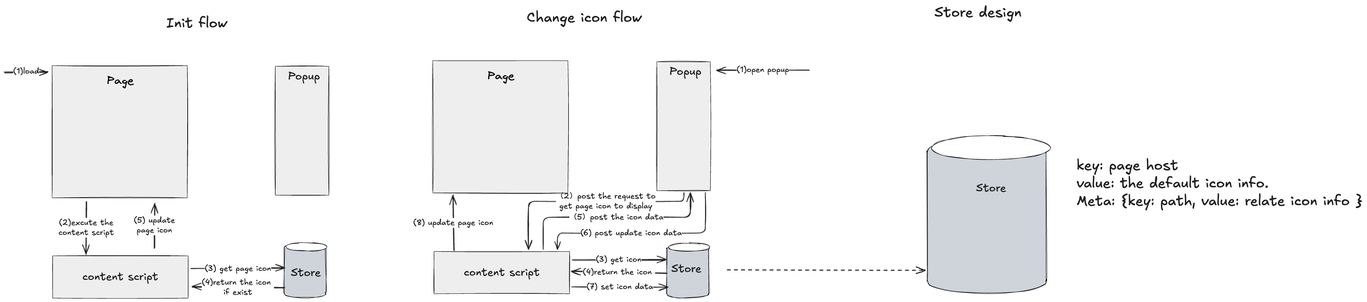
The Excalidraw diagram assets/flow.excalidraw.png in niexia/customize-tab-icon, before a commit. Source tidied: one line per element, renumbered; positions are measured from the earlier drawing's top-left corner, leaving out a move shared by most shapes. The source it was exported from:
```json
{"id": 0, "type": "line", "strokeColor": "#000000", "backgroundColor": "#ced4da", "fillStyle": "solid", "strokeWidth": 1, "roughness": 1, "round": true, "x": 707, "y": 617, "width": 106, "height": 136, "points": [[0, 0], [0, 103], [0, 115], [5, 120], [24, 124], [56, 125], [87, 123], [103, 118], [105, 114], [106, 104], [105, 9], [105, 0], [98, -5], [84, -8], [51, -11], [25, -9], [5, -4], [0, 0], [0, 0]]}
{"id": 1, "type": "ellipse", "strokeColor": "#000000", "backgroundColor": "#fff", "fillStyle": "solid", "strokeWidth": 1, "roughness": 1, "x": 711, "y": 604, "width": 105, "height": 21}
{"id": 2, "type": "rectangle", "strokeColor": "#000000", "backgroundColor": "#eeeeee", "fillStyle": "solid", "strokeWidth": 1, "roughness": 1, "x": 684, "y": 158, "width": 135, "height": 326}
{"id": 3, "type": "rectangle", "strokeColor": "#000000", "backgroundColor": "#eeeeee", "fillStyle": "solid", "strokeWidth": 1, "roughness": 1, "x": 121, "y": 156, "width": 341, "height": 335}
{"id": 4, "type": "text", "text": "Page", "strokeColor": "#000000", "backgroundColor": "#ced4da", "fillStyle": "solid", "strokeWidth": 1, "roughness": 1, "fontSize": 28, "fontFamily": 1, "textAlign": "center", "x": 260, "y": 176, "width": 67, "height": 38}
{"id": 5, "type": "rectangle", "strokeColor": "#000000", "backgroundColor": "#eeeeee", "fillStyle": "solid", "strokeWidth": 1, "roughness": 1, "x": 122, "y": 637, "width": 342, "height": 107}
{"id": 6, "type": "text", "text": "content script", "strokeColor": "#1e1e1e", "strokeWidth": 2, "roughness": 1, "fontSize": 27.34, "fontFamily": 5, "textAlign": "center", "verticalAlign": "middle", "inside": 5, "x": 197, "y": 674, "width": 192, "height": 34}
{"id": 7, "type": "arrow", "strokeColor": "#1e1e1e", "strokeWidth": 2, "roughness": 1, "endArrowhead": "arrow", "round": true, "to": 3, "x": 0, "y": 172, "width": 110, "height": 2, "points": [[0, 0], [110, -2]]}
{"id": 8, "type": "text", "text": "(1)load", "strokeColor": "#1e1e1e", "strokeWidth": 2, "roughness": 1, "fontSize": 20, "fontFamily": 5, "textAlign": "center", "verticalAlign": "middle", "inside": 7, "x": 23, "y": 158, "width": 66, "height": 25}
{"id": 9, "type": "arrow", "strokeColor": "#1e1e1e", "strokeWidth": 2, "roughness": 1, "endArrowhead": "arrow", "round": true, "from": 3, "to": 5, "x": 208, "y": 500, "width": 2, "height": 132, "points": [[0, 0], [-2, 132]]}
{"id": 10, "type": "text", "text": "(2)excute the\ncontent script", "strokeColor": "#1e1e1e", "strokeWidth": 2, "roughness": 1, "fontSize": 20, "fontFamily": 5, "textAlign": "center", "verticalAlign": "middle", "inside": 9, "x": 153, "y": 449, "width": 140, "height": 50}
{"id": 11, "type": "arrow", "strokeColor": "#1e1e1e", "angle": 3.18, "strokeWidth": 2, "roughness": 1, "endArrowhead": "arrow", "round": true, "from": 5, "to": 15, "x": 708, "y": 663, "width": 236, "height": 10, "points": [[0, 0], [-236, 10]]}
{"id": 12, "type": "text", "text": "(3) get page icon", "strokeColor": "#1e1e1e", "strokeWidth": 2, "roughness": 1, "fontSize": 20, "fontFamily": 5, "textAlign": "center", "verticalAlign": "middle", "inside": 11, "x": 479, "y": 706, "width": 167, "height": 25}
{"id": 13, "type": "arrow", "strokeColor": "#1e1e1e", "strokeWidth": 2, "roughness": 1, "endArrowhead": "arrow", "round": true, "to": 5, "x": 706, "y": 719, "width": 233, "height": 3, "points": [[0, 0], [-233, -3]]}
{"id": 14, "type": "text", "text": "(4)return the icon \nif exist", "strokeColor": "#1e1e1e", "strokeWidth": 2, "roughness": 1, "fontSize": 20, "fontFamily": 5, "textAlign": "center", "verticalAlign": "middle", "inside": 13, "x": 494, "y": 646, "width": 183, "height": 50}
{"id": 15, "type": "text", "text": "Store", "strokeColor": "#1e1e1e", "strokeWidth": 2, "roughness": 1, "fontSize": 28, "fontFamily": 5, "x": 724, "y": 664, "width": 76, "height": 35}
{"id": 16, "type": "text", "text": "Popup", "strokeColor": "#1e1e1e", "strokeWidth": 2, "roughness": 1, "fontSize": 28, "fontFamily": 5, "x": 716, "y": 166, "width": 81, "height": 35}
{"id": 17, "type": "arrow", "strokeColor": "#1e1e1e", "strokeWidth": 2, "roughness": 1, "endArrowhead": "arrow", "round": true, "from": 5, "to": 3, "x": 379, "y": 617, "width": 0, "height": 114, "points": [[0, 0], [0, -114]]}
{"id": 18, "type": "text", "text": "(5) update\npage icon", "strokeColor": "#1e1e1e", "strokeWidth": 2, "roughness": 1, "fontSize": 20, "fontFamily": 5, "textAlign": "center", "verticalAlign": "middle", "inside": 17, "x": 329, "y": 536, "width": 104, "height": 50}
{"id": 19, "type": "text", "text": "Init flow", "strokeColor": "#1e1e1e", "strokeWidth": 2, "roughness": 1, "fontSize": 36, "fontFamily": 5, "x": 409, "y": 28, "width": 154, "height": 45}
{"id": 20, "type": "line", "strokeColor": "#000000", "backgroundColor": "#ced4da", "fillStyle": "solid", "strokeWidth": 1, "roughness": 1, "round": true, "x": 1673, "y": 619, "width": 106, "height": 136, "points": [[0, 0], [0, 103], [0, 115], [5, 120], [24, 124], [56, 125], [87, 123], [103, 118], [105, 114], [106, 104], [105, 9], [105, 0], [98, -5], [84, -8], [51, -11], [25, -9], [5, -4], [0, 0], [0, 0]]}
{"id": 21, "type": "ellipse", "strokeColor": "#000000", "backgroundColor": "#fff", "fillStyle": "solid", "strokeWidth": 1, "roughness": 1, "x": 1677, "y": 605, "width": 105, "height": 21}
{"id": 22, "type": "rectangle", "strokeColor": "#000000", "backgroundColor": "#eeeeee", "fillStyle": "solid", "strokeWidth": 1, "roughness": 1, "x": 1648, "y": 146, "width": 135, "height": 326}
{"id": 23, "type": "text", "text": "Popup", "strokeColor": "#1e1e1e", "strokeWidth": 2, "roughness": 1, "fontSize": 28, "fontFamily": 5, "x": 1680, "y": 155, "width": 81, "height": 35}
{"id": 24, "type": "rectangle", "strokeColor": "#000000", "backgroundColor": "#eeeeee", "fillStyle": "solid", "strokeWidth": 1, "roughness": 1, "x": 1082, "y": 144, "width": 341, "height": 335}
{"id": 25, "type": "text", "text": "Page", "strokeColor": "#000000", "backgroundColor": "#ced4da", "fillStyle": "solid", "strokeWidth": 1, "roughness": 1, "fontSize": 28, "fontFamily": 1, "textAlign": "center", "x": 1221, "y": 164, "width": 67, "height": 38}
{"id": 26, "type": "rectangle", "strokeColor": "#000000", "backgroundColor": "#eeeeee", "fillStyle": "solid", "strokeWidth": 1, "roughness": 1, "x": 1085, "y": 626, "width": 342, "height": 107}
{"id": 27, "type": "text", "text": "content script", "strokeColor": "#1e1e1e", "strokeWidth": 2, "roughness": 1, "fontSize": 27.34, "fontFamily": 5, "textAlign": "center", "verticalAlign": "middle", "inside": 26, "x": 1161, "y": 663, "width": 192, "height": 34}
{"id": 28, "type": "arrow", "strokeColor": "#1e1e1e", "strokeWidth": 2, "roughness": 1, "endArrowhead": "arrow", "round": true, "from": 26, "to": 32, "x": 1434, "y": 647, "width": 235, "height": 1, "points": [[0, 0], [235, 1]]}
{"id": 29, "type": "text", "text": "(3) get icon", "strokeColor": "#1e1e1e", "strokeWidth": 2, "roughness": 1, "fontSize": 20, "fontFamily": 5, "textAlign": "center", "verticalAlign": "middle", "inside": 28, "x": 1495, "y": 628, "width": 115, "height": 25}
{"id": 30, "type": "arrow", "strokeColor": "#1e1e1e", "strokeWidth": 2, "roughness": 1, "endArrowhead": "arrow", "round": true, "from": 32, "to": 26, "x": 1673, "y": 682, "width": 241, "height": 7, "points": [[0, 0], [-241, -7]]}
{"id": 31, "type": "text", "text": "(4)return the icon ", "strokeColor": "#1e1e1e", "strokeWidth": 2, "roughness": 1, "fontSize": 20, "fontFamily": 5, "textAlign": "center", "verticalAlign": "middle", "inside": 30, "x": 1461, "y": 667, "width": 183, "height": 25}
{"id": 32, "type": "text", "text": "Store", "strokeColor": "#1e1e1e", "strokeWidth": 2, "roughness": 1, "fontSize": 28, "fontFamily": 5, "x": 1685, "y": 654, "width": 76, "height": 35}
{"id": 33, "type": "arrow", "strokeColor": "#1e1e1e", "strokeWidth": 2, "roughness": 1, "endArrowhead": "arrow", "round": true, "from": 26, "to": 24, "x": 1135, "y": 625, "width": 2, "height": 142, "points": [[0, 0], [-2, -142]]}
{"id": 34, "type": "text", "text": "(8) update page icon", "strokeColor": "#1e1e1e", "strokeWidth": 2, "roughness": 1, "fontSize": 20, "fontFamily": 5, "textAlign": "center", "verticalAlign": "middle", "inside": 33, "x": 1033, "y": 542, "width": 202, "height": 25}
{"id": 35, "type": "text", "text": "Change icon flow", "strokeColor": "#1e1e1e", "strokeWidth": 2, "roughness": 1, "fontSize": 36, "fontFamily": 5, "x": 1320, "y": 14, "width": 291, "height": 45}
{"id": 36, "type": "arrow", "strokeColor": "#1e1e1e", "strokeWidth": 2, "roughness": 1, "endArrowhead": "arrow", "round": true, "to": 22, "x": 2033, "y": 167, "width": 233, "height": 0, "points": [[0, 0], [-233, 0]]}
{"id": 37, "type": "text", "text": "(1)open popup", "strokeColor": "#1e1e1e", "strokeWidth": 2, "roughness": 1, "fontSize": 20, "fontFamily": 5, "textAlign": "center", "verticalAlign": "middle", "inside": 36, "x": 1850, "y": 154, "width": 133, "height": 25}
{"id": 38, "type": "arrow", "strokeColor": "#1e1e1e", "strokeWidth": 2, "roughness": 1, "endArrowhead": "arrow", "from": 22, "to": 26, "x": 1715, "y": 477, "width": 393, "height": 144, "points": [[0, 0], [0, 22], [-393, 22], [-393, 144]]}
{"id": 39, "type": "text", "text": "（2）post the request to\nget page icon to display", "strokeColor": "#1e1e1e", "strokeWidth": 2, "roughness": 1, "fontSize": 20, "fontFamily": 5, "textAlign": "center", "verticalAlign": "middle", "inside": 38, "x": 1393, "y": 474, "width": 252, "height": 50}
{"id": 40, "type": "arrow", "strokeColor": "#1e1e1e", "strokeWidth": 2, "roughness": 1, "endArrowhead": "arrow", "from": 26, "to": 22, "x": 1360, "y": 621, "width": 372, "height": 144, "points": [[0, 0], [0, -81], [372, -81], [372, -144]]}
{"id": 41, "type": "text", "text": "（5）post the icon data", "strokeColor": "#1e1e1e", "strokeWidth": 2, "roughness": 1, "fontSize": 20, "fontFamily": 5, "textAlign": "center", "verticalAlign": "middle", "inside": 40, "x": 1427, "y": 527, "width": 238, "height": 25}
{"id": 42, "type": "arrow", "strokeColor": "#1e1e1e", "strokeWidth": 2, "roughness": 1, "endArrowhead": "arrow", "from": 22, "to": 26, "x": 1770, "y": 477, "width": 374, "height": 144, "points": [[0, 0], [0, 102], [-374, 102], [-374, 144]]}
{"id": 43, "type": "text", "text": "(6) post update icon data", "strokeColor": "#1e1e1e", "strokeWidth": 2, "roughness": 1, "fontSize": 20, "fontFamily": 5, "textAlign": "center", "verticalAlign": "middle", "inside": 42, "x": 1455, "y": 567, "width": 256, "height": 25}
{"id": 44, "type": "arrow", "strokeColor": "#1e1e1e", "strokeWidth": 2, "roughness": 1, "endArrowhead": "arrow", "from": 26, "x": 1433, "y": 715, "width": 244, "height": 1, "points": [[0, 0], [244, 1]]}
{"id": 45, "type": "text", "text": "(7) set icon data", "strokeColor": "#1e1e1e", "strokeWidth": 2, "roughness": 1, "fontSize": 20, "fontFamily": 5, "textAlign": "center", "verticalAlign": "middle", "inside": 44, "x": 1471, "y": 703, "width": 168, "height": 25}
{"id": 46, "type": "text", "text": "Store design", "strokeColor": "#1e1e1e", "strokeWidth": 2, "roughness": 1, "fontSize": 36, "fontFamily": 5, "x": 2350, "y": 0, "width": 220, "height": 45}
{"id": 47, "type": "line", "strokeColor": "#000000", "backgroundColor": "#ced4da", "fillStyle": "solid", "strokeWidth": 1, "roughness": 1, "round": true, "x": 2331, "y": 373, "width": 302, "height": 390, "points": [[0, 0], [1, 295], [0, 328], [16, 343], [70, 355], [161, 359], [248, 353], [294, 338], [301, 326], [302, 299], [301, 25], [300, -1], [280, -16], [239, -24], [146, -31], [72, -27], [13, -13], [0, 0], [0, 0]]}
{"id": 48, "type": "ellipse", "strokeColor": "#000000", "backgroundColor": "#fff", "fillStyle": "solid", "strokeWidth": 1, "roughness": 1, "x": 2342, "y": 334, "width": 300, "height": 61}
{"id": 49, "type": "text", "text": "Store", "strokeColor": "#1e1e1e", "strokeWidth": 2, "roughness": 1, "fontSize": 28, "fontFamily": 5, "x": 2455, "y": 450, "width": 76, "height": 35}
{"id": 50, "type": "text", "text": "key: page host\nvalue: the default icon info.\nMeta: {key: path, value: relate icon info }", "strokeColor": "#1e1e1e", "strokeWidth": 2, "roughness": 1, "fontSize": 36, "fontFamily": 5, "x": 2709, "y": 387, "width": 724, "height": 135}
{"id": 51, "type": "arrow", "strokeColor": "#1e1e1e", "strokeWidth": 2, "strokeStyle": "dashed", "roughness": 1, "endArrowhead": "arrow", "x": 1826, "y": 673, "width": 501, "height": 1, "points": [[0, 0], [501, 1]]}
```
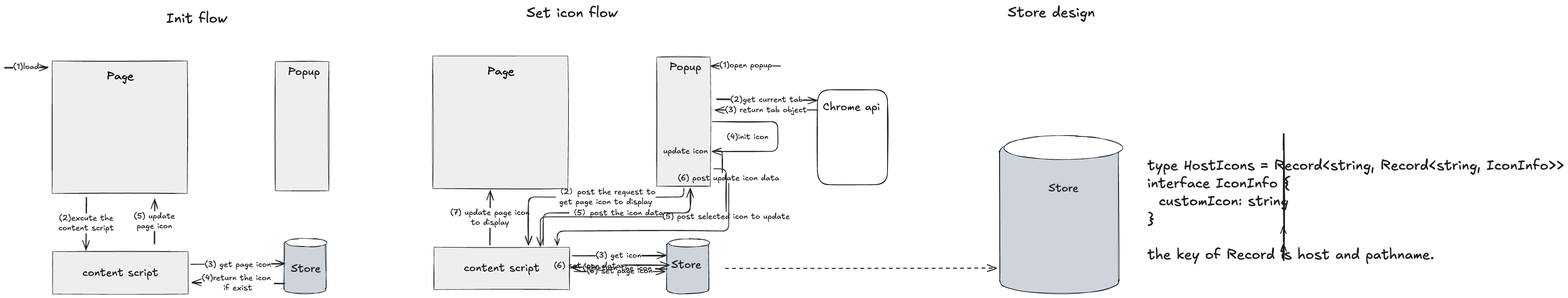
After the change.

Commit message:
refactor(icon-display): update alert message and adjust button size

Change to the diagram source:
```diff
@@ -26,27 +26,26 @@
 {"id": 25, "type": "text", "text": "Page", "strokeColor": "#000000", "backgroundColor": "#ced4da", "fillStyle": "solid", "strokeWidth": 1, "roughness": 1, "fontSize": 28, "fontFamily": 1, "textAlign": "center", "x": 1221, "y": 164, "width": 67, "height": 38}
 {"id": 26, "type": "rectangle", "strokeColor": "#000000", "backgroundColor": "#eeeeee", "fillStyle": "solid", "strokeWidth": 1, "roughness": 1, "x": 1085, "y": 626, "width": 342, "height": 107}
 {"id": 27, "type": "text", "text": "content script", "strokeColor": "#1e1e1e", "strokeWidth": 2, "roughness": 1, "fontSize": 27.34, "fontFamily": 5, "textAlign": "center", "verticalAlign": "middle", "inside": 26, "x": 1161, "y": 663, "width": 192, "height": 34}
-{"id": 28, "type": "arrow", "strokeColor": "#1e1e1e", "strokeWidth": 2, "roughness": 1, "endArrowhead": "arrow", "round": true, "from": 26, "to": 32, "x": 1434, "y": 647, "width": 235, "height": 1, "points": [[0, 0], [235, 1]]}
-{"id": 29, "type": "text", "text": "(3) get icon", "strokeColor": "#1e1e1e", "strokeWidth": 2, "roughness": 1, "fontSize": 20, "fontFamily": 5, "textAlign": "center", "verticalAlign": "middle", "inside": 28, "x": 1495, "y": 628, "width": 115, "height": 25}
-{"id": 30, "type": "arrow", "strokeColor": "#1e1e1e", "strokeWidth": 2, "roughness": 1, "endArrowhead": "arrow", "round": true, "from": 32, "to": 26, "x": 1673, "y": 682, "width": 241, "height": 7, "points": [[0, 0], [-241, -7]]}
-{"id": 31, "type": "text", "text": "(4)return the icon ", "strokeColor": "#1e1e1e", "strokeWidth": 2, "roughness": 1, "fontSize": 20, "fontFamily": 5, "textAlign": "center", "verticalAlign": "middle", "inside": 30, "x": 1461, "y": 667, "width": 183, "height": 25}
 {"id": 32, "type": "text", "text": "Store", "strokeColor": "#1e1e1e", "strokeWidth": 2, "roughness": 1, "fontSize": 28, "fontFamily": 5, "x": 1685, "y": 654, "width": 76, "height": 35}
-{"id": 33, "type": "arrow", "strokeColor": "#1e1e1e", "strokeWidth": 2, "roughness": 1, "endArrowhead": "arrow", "round": true, "from": 26, "to": 24, "x": 1135, "y": 625, "width": 2, "height": 142, "points": [[0, 0], [-2, -142]]}
+{"id": 33, "type": "arrow", "strokeColor": "#1e1e1e", "strokeWidth": 2, "roughness": 1, "endArrowhead": "arrow", "round": true, "from": 26, "to": 24, "x": 1226, "y": 622, "width": 2, "height": 139, "points": [[0, 0], [2, -139]]}
-{"id": 34, "type": "text", "text": "(8) update page icon", "strokeColor": "#1e1e1e", "strokeWidth": 2, "roughness": 1, "fontSize": 20, "fontFamily": 5, "textAlign": "center", "verticalAlign": "middle", "inside": 33, "x": 1033, "y": 542, "width": 202, "height": 25}
+{"id": 34, "type": "text", "text": "(7) update page icon\nto display", "strokeColor": "#1e1e1e", "strokeWidth": 2, "roughness": 1, "fontSize": 20, "fontFamily": 5, "textAlign": "center", "verticalAlign": "middle", "inside": 33, "x": 1126, "y": 527, "width": 201, "height": 50}
-{"id": 35, "type": "text", "text": "Change icon flow", "strokeColor": "#1e1e1e", "strokeWidth": 2, "roughness": 1, "fontSize": 36, "fontFamily": 5, "x": 1320, "y": 14, "width": 291, "height": 45}
+{"id": 35, "type": "text", "text": "Set icon flow", "strokeColor": "#1e1e1e", "strokeWidth": 2, "roughness": 1, "fontSize": 36, "fontFamily": 5, "x": 1319, "y": 14, "width": 230, "height": 45}
-{"id": 36, "type": "arrow", "strokeColor": "#1e1e1e", "strokeWidth": 2, "roughness": 1, "endArrowhead": "arrow", "round": true, "to": 22, "x": 2033, "y": 167, "width": 233, "height": 0, "points": [[0, 0], [-233, 0]]}
+{"id": 36, "type": "arrow", "strokeColor": "#1e1e1e", "strokeWidth": 2, "roughness": 1, "endArrowhead": "arrow", "round": true, "to": 22, "x": 1960, "y": 168, "width": 175, "height": 0, "points": [[0, 0], [-175, 0]]}
-{"id": 37, "type": "text", "text": "(1)open popup", "strokeColor": "#1e1e1e", "strokeWidth": 2, "roughness": 1, "fontSize": 20, "fontFamily": 5, "textAlign": "center", "verticalAlign": "middle", "inside": 36, "x": 1850, "y": 154, "width": 133, "height": 25}
+{"id": 37, "type": "text", "text": "(1)open popup", "strokeColor": "#1e1e1e", "strokeWidth": 2, "roughness": 1, "fontSize": 20, "fontFamily": 5, "textAlign": "center", "verticalAlign": "middle", "inside": 36, "x": 1807, "y": 155, "width": 133, "height": 25}
-{"id": 38, "type": "arrow", "strokeColor": "#1e1e1e", "strokeWidth": 2, "roughness": 1, "endArrowhead": "arrow", "from": 22, "to": 26, "x": 1715, "y": 477, "width": 393, "height": 144, "points": [[0, 0], [0, 22], [-393, 22], [-393, 144]]}
-{"id": 39, "type": "text", "text": "（2）post the request to\nget page icon to display", "strokeColor": "#1e1e1e", "strokeWidth": 2, "roughness": 1, "fontSize": 20, "fontFamily": 5, "textAlign": "center", "verticalAlign": "middle", "inside": 38, "x": 1393, "y": 474, "width": 252, "height": 50}
-{"id": 40, "type": "arrow", "strokeColor": "#1e1e1e", "strokeWidth": 2, "roughness": 1, "endArrowhead": "arrow", "from": 26, "to": 22, "x": 1360, "y": 621, "width": 372, "height": 144, "points": [[0, 0], [0, -81], [372, -81], [372, -144]]}
-{"id": 41, "type": "text", "text": "（5）post the icon data", "strokeColor": "#1e1e1e", "strokeWidth": 2, "roughness": 1, "fontSize": 20, "fontFamily": 5, "textAlign": "center", "verticalAlign": "middle", "inside": 40, "x": 1427, "y": 527, "width": 238, "height": 25}
-{"id": 42, "type": "arrow", "strokeColor": "#1e1e1e", "strokeWidth": 2, "roughness": 1, "endArrowhead": "arrow", "from": 22, "to": 26, "x": 1770, "y": 477, "width": 374, "height": 144, "points": [[0, 0], [0, 102], [-374, 102], [-374, 144]]}
-{"id": 43, "type": "text", "text": "(6) post update icon data", "strokeColor": "#1e1e1e", "strokeWidth": 2, "roughness": 1, "fontSize": 20, "fontFamily": 5, "textAlign": "center", "verticalAlign": "middle", "inside": 42, "x": 1455, "y": 567, "width": 256, "height": 25}
-{"id": 44, "type": "arrow", "strokeColor": "#1e1e1e", "strokeWidth": 2, "roughness": 1, "endArrowhead": "arrow", "from": 26, "x": 1433, "y": 715, "width": 244, "height": 1, "points": [[0, 0], [244, 1]]}
-{"id": 45, "type": "text", "text": "(7) set icon data", "strokeColor": "#1e1e1e", "strokeWidth": 2, "roughness": 1, "fontSize": 20, "fontFamily": 5, "textAlign": "center", "verticalAlign": "middle", "inside": 44, "x": 1471, "y": 703, "width": 168, "height": 25}
-{"id": 46, "type": "text", "text": "Store design", "strokeColor": "#1e1e1e", "strokeWidth": 2, "roughness": 1, "fontSize": 36, "fontFamily": 5, "x": 2350, "y": 0, "width": 220, "height": 45}
+{"id": 46, "type": "text", "text": "Store design", "strokeColor": "#1e1e1e", "strokeWidth": 2, "roughness": 1, "fontSize": 36, "fontFamily": 5, "x": 2535, "y": 12, "width": 220, "height": 45}
-{"id": 47, "type": "line", "strokeColor": "#000000", "backgroundColor": "#ced4da", "fillStyle": "solid", "strokeWidth": 1, "roughness": 1, "round": true, "x": 2331, "y": 373, "width": 302, "height": 390, "points": [[0, 0], [1, 295], [0, 328], [16, 343], [70, 355], [161, 359], [248, 353], [294, 338], [301, 326], [302, 299], [301, 25], [300, -1], [280, -16], [239, -24], [146, -31], [72, -27], [13, -13], [0, 0], [0, 0]]}
+{"id": 47, "type": "line", "strokeColor": "#000000", "backgroundColor": "#ced4da", "fillStyle": "solid", "strokeWidth": 1, "roughness": 1, "round": true, "x": 2514, "y": 384, "width": 302, "height": 390, "points": [[0, 0], [1, 295], [0, 328], [16, 343], [70, 355], [161, 359], [248, 353], [294, 338], [301, 326], [302, 299], [301, 25], [300, -1], [280, -16], [239, -24], [146, -31], [72, -27], [13, -13], [0, 0], [0, 0]]}
-{"id": 48, "type": "ellipse", "strokeColor": "#000000", "backgroundColor": "#fff", "fillStyle": "solid", "strokeWidth": 1, "roughness": 1, "x": 2342, "y": 334, "width": 300, "height": 61}
+{"id": 48, "type": "ellipse", "strokeColor": "#000000", "backgroundColor": "#fff", "fillStyle": "solid", "strokeWidth": 1, "roughness": 1, "x": 2525, "y": 345, "width": 300, "height": 61}
-{"id": 49, "type": "text", "text": "Store", "strokeColor": "#1e1e1e", "strokeWidth": 2, "roughness": 1, "fontSize": 28, "fontFamily": 5, "x": 2455, "y": 450, "width": 76, "height": 35}
+{"id": 49, "type": "text", "text": "Store", "strokeColor": "#1e1e1e", "strokeWidth": 2, "roughness": 1, "fontSize": 28, "fontFamily": 5, "x": 2638, "y": 461, "width": 76, "height": 35}
-{"id": 50, "type": "text", "text": "key: page host\nvalue: the default icon info.\nMeta: {key: path, value: relate icon info }", "strokeColor": "#1e1e1e", "strokeWidth": 2, "roughness": 1, "fontSize": 36, "fontFamily": 5, "x": 2709, "y": 387, "width": 724, "height": 135}
+{"id": 50, "type": "text", "text": "type HostIcons = Record<string, Record<string, IconInfo>>\ninterface IconInfo {\n  customIcon: string\n}\n\nthe key of Record is host and pathname.", "strokeColor": "#1e1e1e", "strokeWidth": 2, "roughness": 1, "fontSize": 36, "fontFamily": 5, "x": 2887, "y": 398, "width": 1053, "height": 270}
-{"id": 51, "type": "arrow", "strokeColor": "#1e1e1e", "strokeWidth": 2, "strokeStyle": "dashed", "roughness": 1, "endArrowhead": "arrow", "x": 1826, "y": 673, "width": 501, "height": 1, "points": [[0, 0], [501, 1]]}
+{"id": 52, "type": "arrow", "strokeColor": "#1e1e1e", "strokeWidth": 2, "roughness": 1, "endArrowhead": "arrow", "round": true, "from": 22, "x": 1798, "y": 252, "width": 254, "height": 3, "points": [[0, 0], [254, 3]]}
+{"id": 53, "type": "text", "text": "(2)get current tab", "strokeColor": "#1e1e1e", "strokeWidth": 2, "roughness": 1, "fontSize": 20, "fontFamily": 5, "textAlign": "center", "verticalAlign": "middle", "inside": 52, "x": 1834, "y": 241, "width": 183, "height": 25}
+{"id": 54, "type": "rectangle", "strokeColor": "#1e1e1e", "strokeWidth": 2, "roughness": 1, "round": true, "x": 2054, "y": 229, "width": 177, "height": 240}
+{"id": 55, "type": "text", "text": "Chrome api", "strokeColor": "#1e1e1e", "strokeWidth": 2, "roughness": 1, "fontSize": 28, "fontFamily": 5, "x": 2068, "y": 255, "width": 145, "height": 35}
+{"id": 56, "type": "arrow", "strokeColor": "#1e1e1e", "strokeWidth": 2, "roughness": 1, "endArrowhead": "arrow", "round": true, "from": 55, "to": 22, "x": 2054, "y": 279, "width": 259, "height": 1, "points": [[0, 0], [-259, 1]]}
+{"id": 57, "type": "text", "text": "(3) return tab object", "strokeColor": "#1e1e1e", "strokeWidth": 2, "roughness": 1, "fontSize": 20, "fontFamily": 5, "textAlign": "center", "verticalAlign": "middle", "inside": 56, "x": 1821, "y": 267, "width": 207, "height": 25}
+{"id": 58, "type": "arrow", "strokeColor": "#1e1e1e", "strokeWidth": 2, "roughness": 1, "endArrowhead": "arrow", "from": 22, "x": 1788, "y": 309, "width": 166, "height": 75, "points": [[0, 0], [166, 0], [166, 75], [0, 75]]}
+{"id": 59, "type": "text", "text": "(4)init icon", "strokeColor": "#1e1e1e", "strokeWidth": 2, "roughness": 1, "fontSize": 20, "fontFamily": 5, "x": 1825, "y": 335, "width": 105, "height": 25}
+{"id": 60, "type": "arrow", "strokeColor": "#1e1e1e", "strokeWidth": 2, "roughness": 1, "endArrowhead": "arrow", "from": 22, "to": 26, "x": 1792, "y": 428, "width": 470, "height": 196, "points": [[0, 0], [32, 0], [32, 121], [-438, 121], [-438, 196]]}
+{"id": 61, "type": "text", "text": "(5) post selected icon to update", "strokeColor": "#1e1e1e", "strokeWidth": 2, "roughness": 1, "fontSize": 20, "fontFamily": 5, "textAlign": "center", "verticalAlign": "middle", "inside": 60, "x": 1662, "y": 537, "width": 322, "height": 25}
+{"id": 62, "type": "arrow", "strokeColor": "#1e1e1e", "strokeWidth": 2, "roughness": 1, "endArrowhead": "arrow", "from": 26, "to": 32, "x": 1439, "y": 686, "width": 230, "height": 0, "points": [[0, 0], [230, 0]]}
+{"id": 63, "type": "text", "text": "(6) set page icon", "strokeColor": "#1e1e1e", "strokeWidth": 2, "roughness": 1, "fontSize": 20, "fontFamily": 5, "textAlign": "center", "verticalAlign": "middle", "inside": 62, "x": 1471, "y": 674, "width": 167, "height": 25}
```
